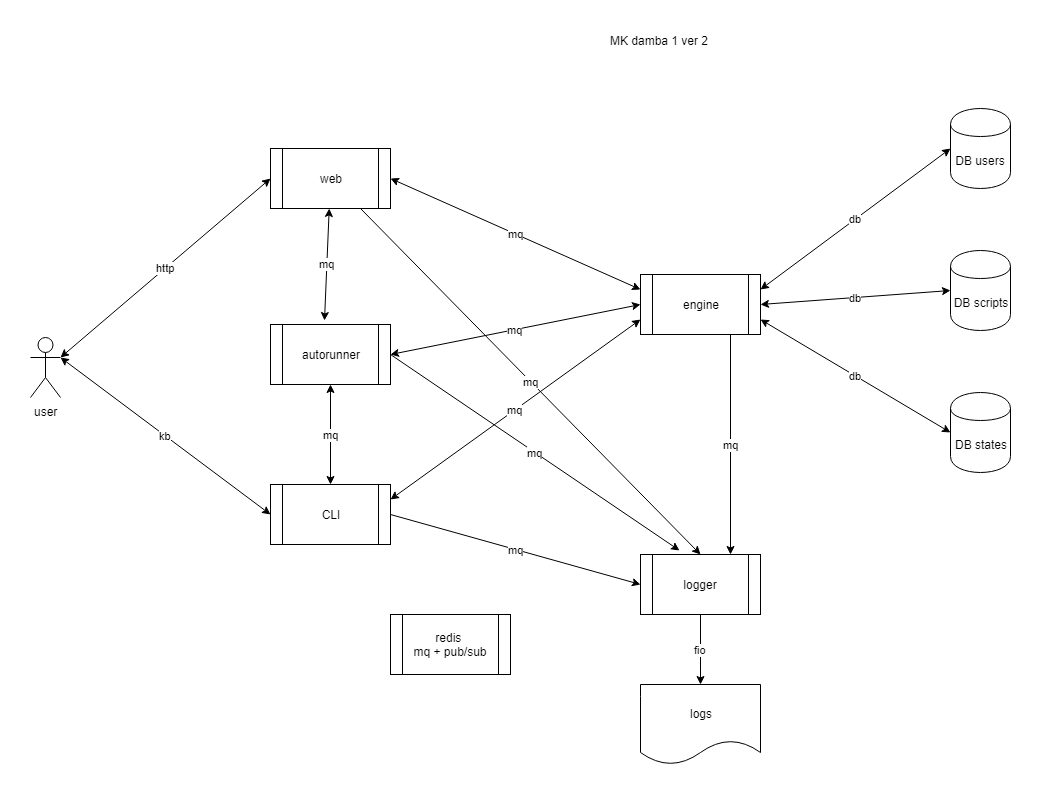
The draw.io diagram apserv-1/docs/mk damba 1 ver 2.png in mykespb/damba, before a commit. Source tidied: cells renumbered, new cells last; positions are measured from the earlier drawing's top-left corner, leaving out a move shared by most shapes.
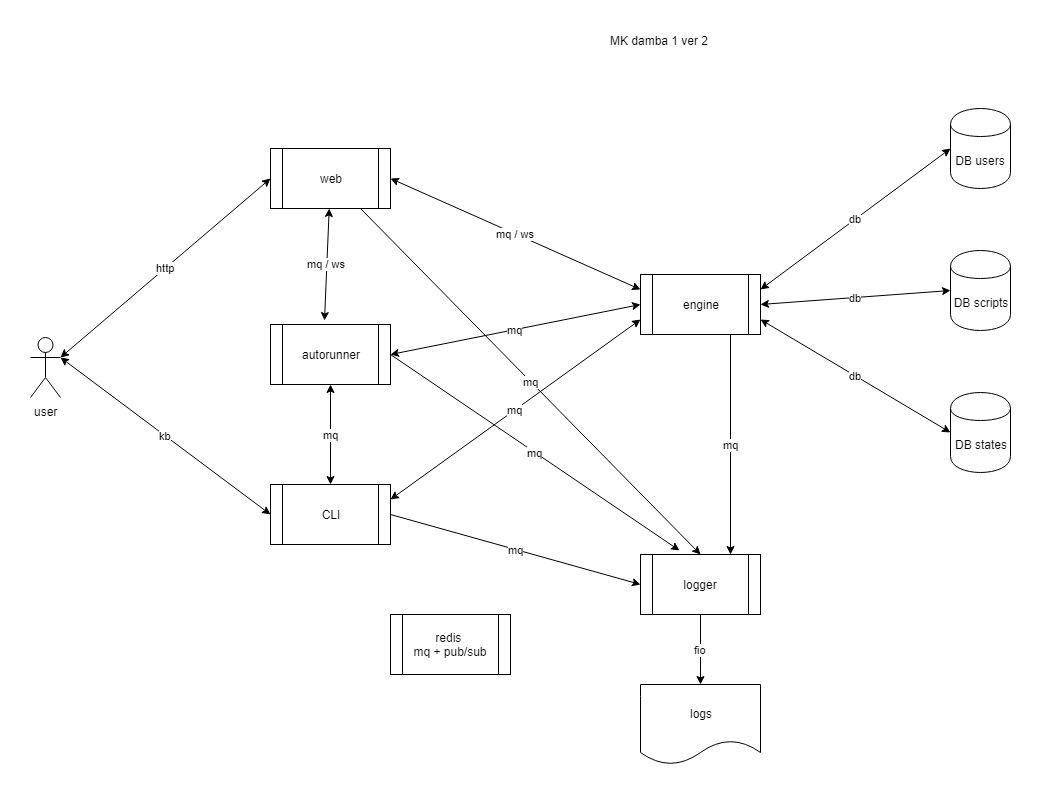
After the commit.

Commit message:
draw.io schemes updated, ws / mq corr

Diff of the diagram source:
```diff
@@ -38,10 +38,10 @@
     <mxCell id="13" value="http" style="endArrow=classic;startArrow=classic;html=1;exitX=1;exitY=0.3333333333333333;exitDx=0;exitDy=0;exitPerimeter=0;entryX=0;entryY=0.5;entryDx=0;entryDy=0;" parent="1" edge="1" source="5" target="12">
       <mxGeometry relative="1" as="geometry" />
     </mxCell>
-    <mxCell id="14" value="mq" style="endArrow=classic;startArrow=classic;html=1;exitX=1;exitY=0.5;exitDx=0;exitDy=0;entryX=0;entryY=0.25;entryDx=0;entryDy=0;" parent="1" edge="1" source="12" target="2">
+    <mxCell id="14" value="mq / ws" style="endArrow=classic;startArrow=classic;html=1;exitX=1;exitY=0.5;exitDx=0;exitDy=0;entryX=0;entryY=0.25;entryDx=0;entryDy=0;" parent="1" edge="1" source="12" target="2">
       <mxGeometry relative="1" as="geometry" />
     </mxCell>
-    <mxCell id="15" value="mq" style="endArrow=classic;startArrow=classic;html=1;entryX=0.45;entryY=-0.067;entryDx=0;entryDy=0;entryPerimeter=0;" parent="1" edge="1" source="12" target="8">
+    <mxCell id="15" value="mq / ws" style="endArrow=classic;startArrow=classic;html=1;entryX=0.45;entryY=-0.067;entryDx=0;entryDy=0;entryPerimeter=0;" parent="1" edge="1" source="12" target="8">
       <mxGeometry relative="1" as="geometry" />
     </mxCell>
     <mxCell id="16" value="CLI" style="shape=process;whiteSpace=wrap;html=1;backgroundOutline=1;" parent="1" vertex="1">
```
